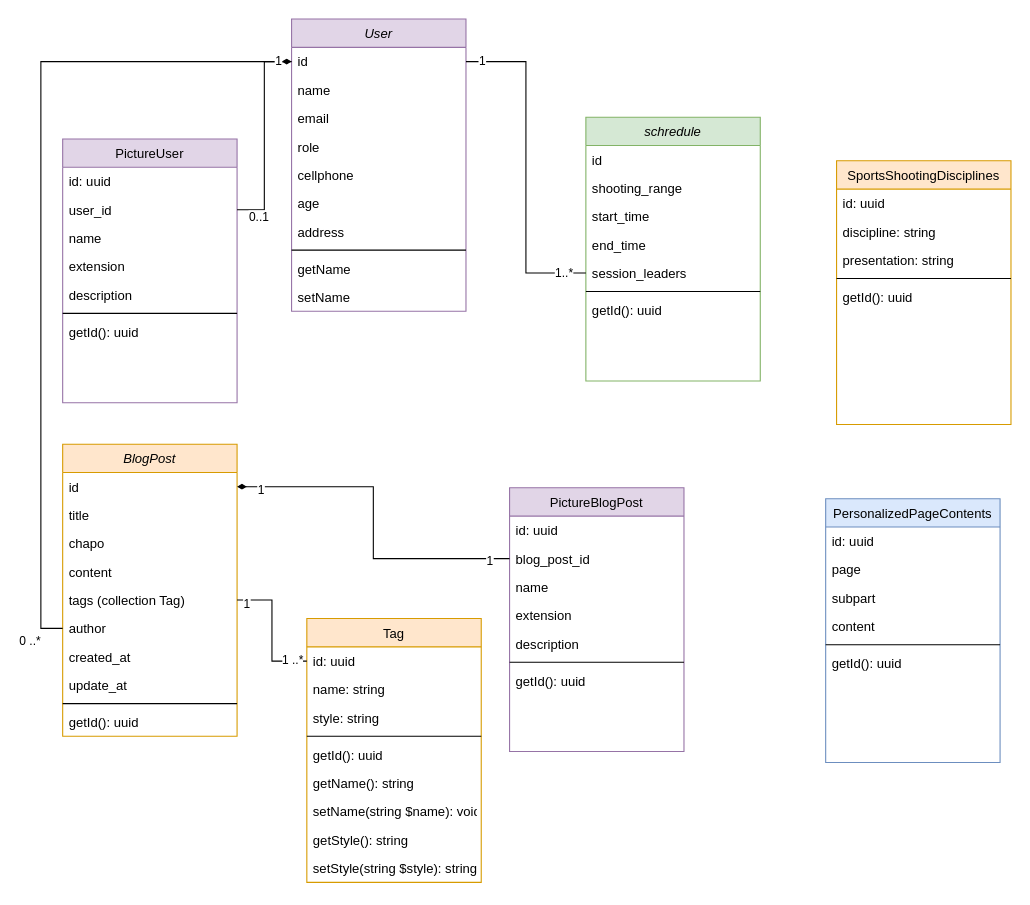
michaelgtfr/fftir_loudun_api keeps this draw.io diagram as Diagramme sans nom.drawio. Above is the earlier version. Source tidied: cells renumbered, new cells numbered last; positions are measured from the earlier drawing's top-left corner, leaving out a move shared by most shapes. Both pictures are drawn from the tidied source at 109%, with x=0, y=0 at pixel (62, 19).
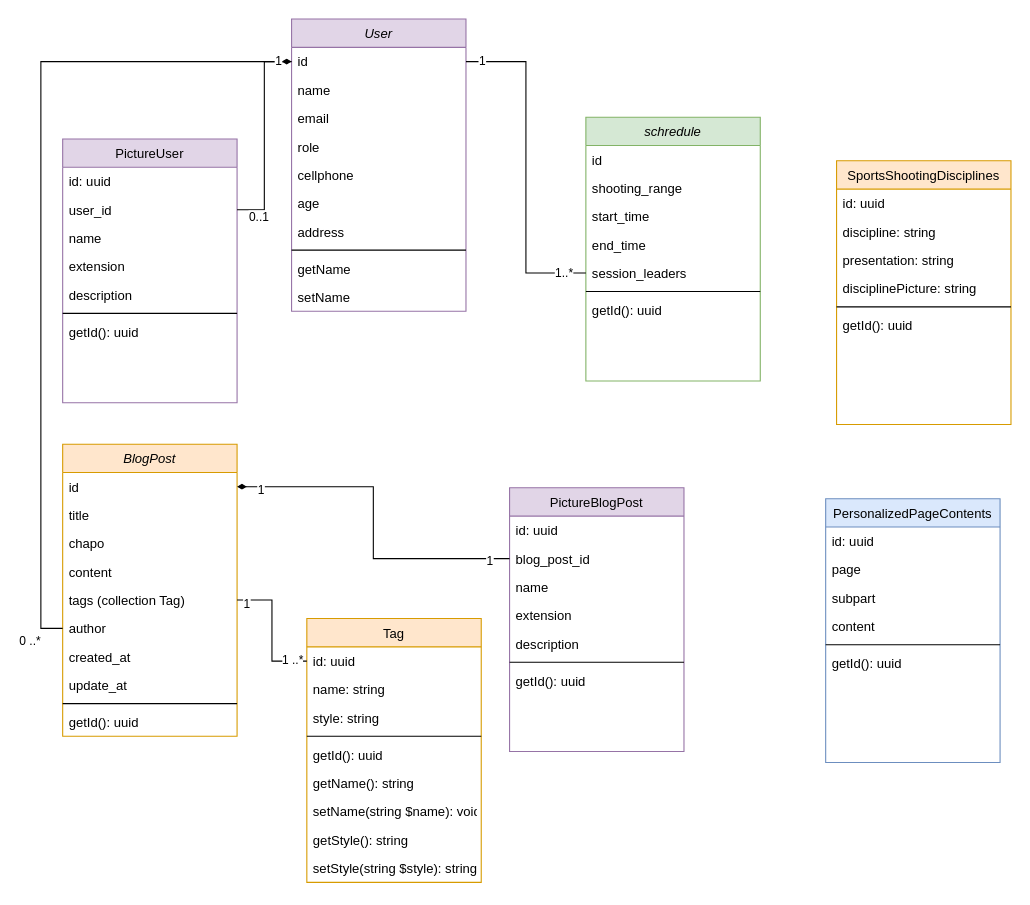
The same diagram, later.

Commit message:
Mettre à jour Diagramme sans nom.drawio

The change refers to these unchanged cells:
```xml
<mxCell id="72" value="SportsShootingDisciplines" style="swimlane;fontStyle=0;align=center;verticalAlign=top;horizontal=1;startSize=26;rounded=0;shadow=0;strokeWidth=1;fillColor=#ffe6cc;strokeColor=#d79b00;" parent="1" vertex="1">
  <mxGeometry x="710" y="130" width="160" height="242" as="geometry" />
</mxCell>
```

Change to the diagram source:
```diff
@@
+    <mxCell id="85" value="disciplinePicture: string" style="text;align=left;verticalAlign=top;spacingLeft=4;spacingRight=4;overflow=hidden;rounded=0;shadow=0;html=0;" parent="72" vertex="1">
+      <mxGeometry y="104" width="160" height="26" as="geometry" />
+    </mxCell>
     <mxCell id="76" style="line;html=1;strokeWidth=1;align=left;verticalAlign=middle;spacingTop=-1;spacingLeft=3;spacingRight=3;labelPosition=right;" parent="72" vertex="1">
-      <mxGeometry y="104" width="160" height="8" as="geometry" />
+      <mxGeometry y="130" width="160" height="8" as="geometry" />
     </mxCell>
     <mxCell id="77" value="getId(): uuid" style="text;align=left;verticalAlign=top;spacingLeft=4;spacingRight=4;overflow=hidden;" parent="72" vertex="1">
-      <mxGeometry y="112" width="160" height="26" as="geometry" />
+      <mxGeometry y="138" width="160" height="26" as="geometry" />
     </mxCell>
```
